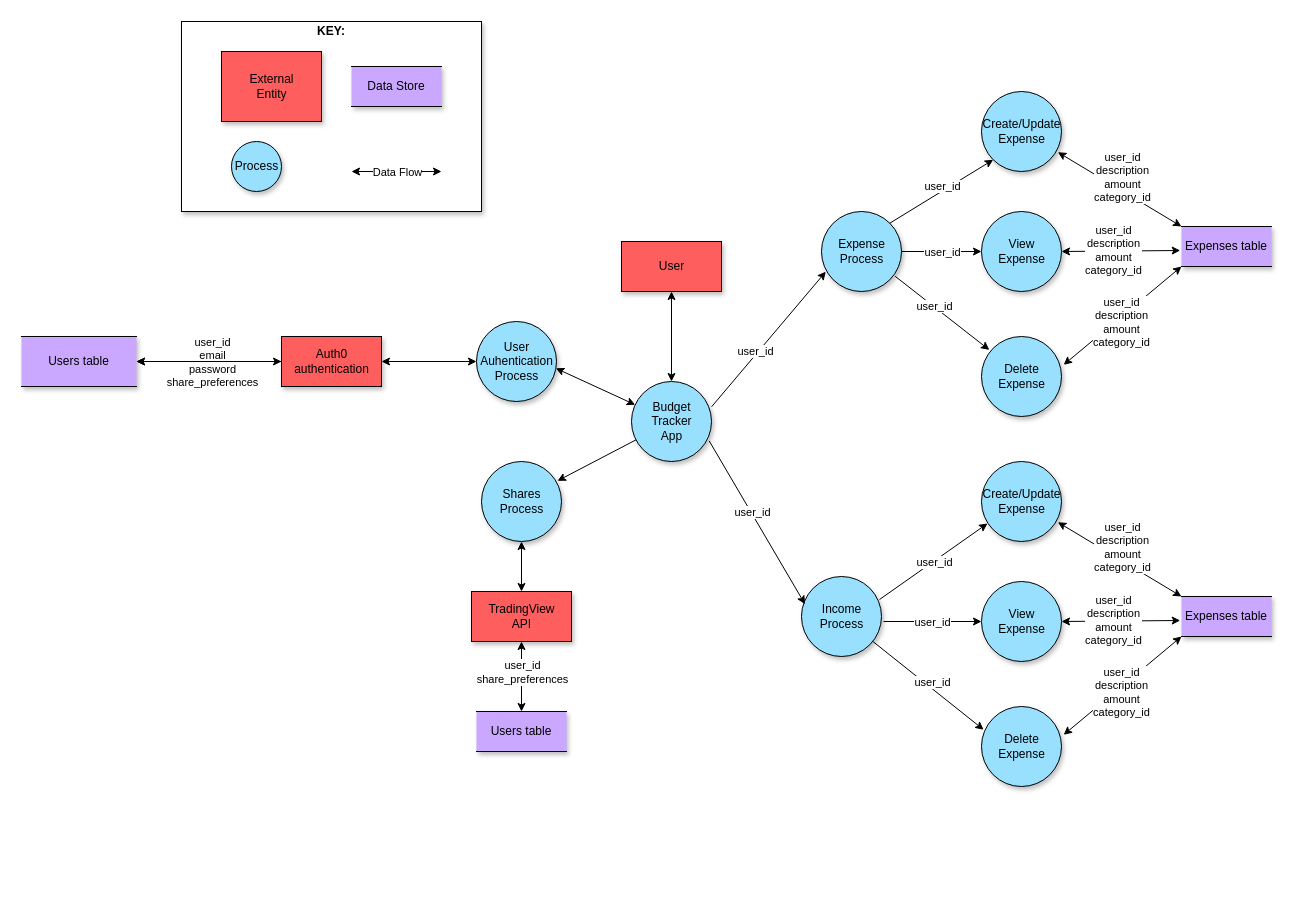
Above: Data Flow Diagram.drawio in derricklai33/T3A2-Budget-Tracker (draw.io), before the change. Source tidied: cells renumbered, new cells numbered last; positions are measured from the earlier drawing's top-left corner, leaving out a move shared by most shapes. Both pictures are drawn from the tidied source at 100%, with x=0, y=0 at pixel (21, 21).
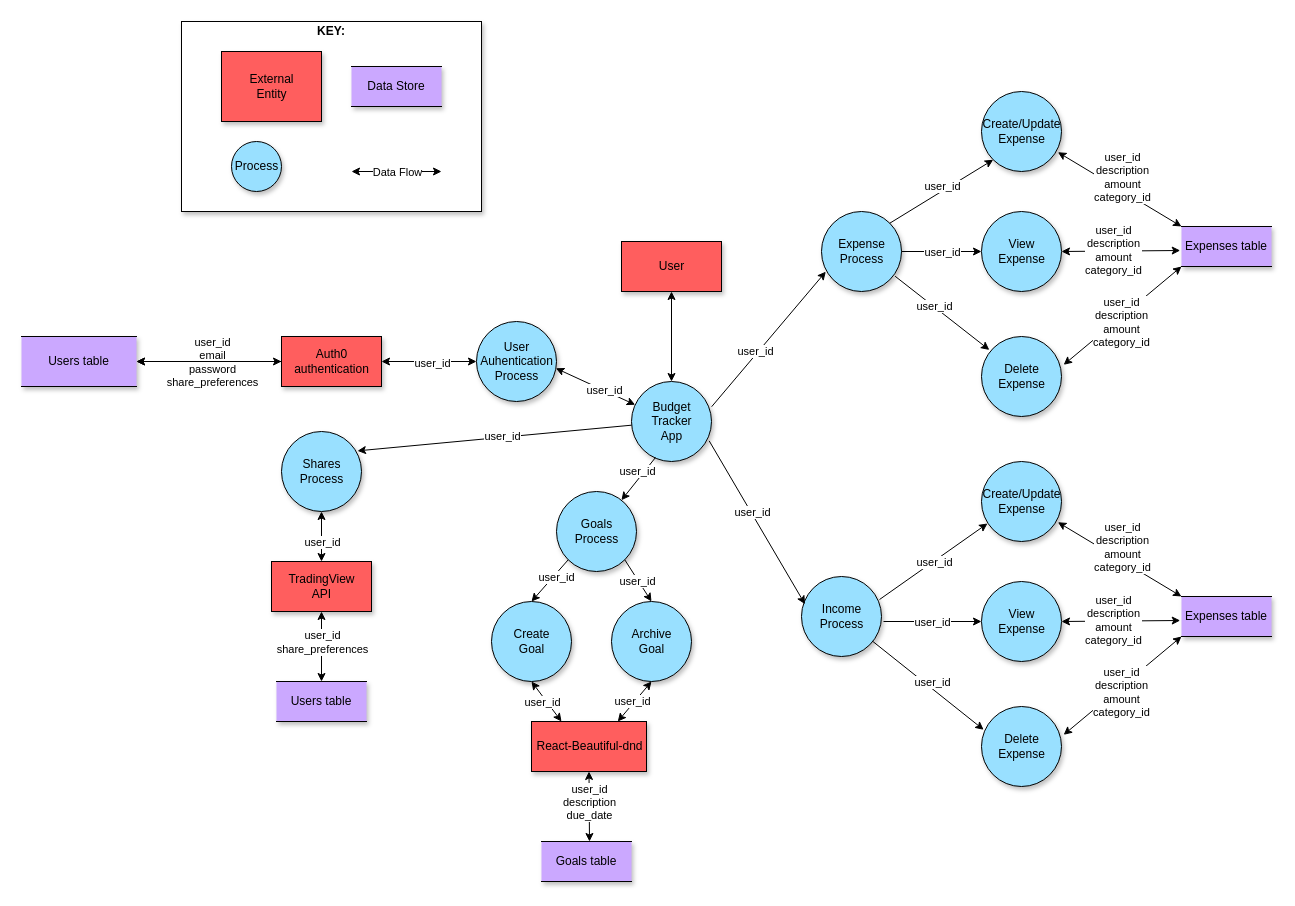
After the change.

Commit message:
Updated Data Flow Diagram to add in the goals process

The change refers to these unchanged cells:
```xml
<mxCell id="8" style="endArrow=classic;startArrow=classic;html=1;entryX=0;entryY=0.5;entryDx=0;entryDy=0;exitX=1;exitY=0.5;exitDx=0;exitDy=0;" parent="1" edge="1" source="12" target="7">
  <mxGeometry relative="1" as="geometry" />
</mxCell>
<mxCell id="16" value="Budget&lt;br&gt;Tracker&lt;br&gt;App" style="shape=ellipse;html=1;dashed=0;whitespace=wrap;perimeter=ellipsePerimeter;fillColor=#99E0FF;shadow=1;" parent="1" vertex="1">
  <mxGeometry x="610" y="360" width="80" height="80" as="geometry" />
</mxCell>
<mxCell id="18" style="endArrow=classic;startArrow=classic;html=1;exitX=0.992;exitY=0.585;exitDx=0;exitDy=0;exitPerimeter=0;" parent="1" edge="1" source="7" target="16">
  <mxGeometry relative="1" as="geometry" />
</mxCell>
<mxCell id="29" style="endArrow=classic;html=1;entryX=0.95;entryY=0.242;entryDx=0;entryDy=0;entryPerimeter=0;" parent="1" edge="1" source="16" target="28">
  <mxGeometry relative="1" as="geometry" />
</mxCell>
<mxCell id="30" style="endArrow=classic;startArrow=classic;html=1;entryX=0.5;entryY=1;entryDx=0;entryDy=0;exitX=0.5;exitY=0;exitDx=0;exitDy=0;" parent="1" edge="1" source="26" target="28">
  <mxGeometry relative="1" as="geometry" />
</mxCell>
```

What changed in the source:
```diff
@@
+    <mxCell id="65" value="user_id" style="edgeLabel;html=1;align=center;verticalAlign=middle;" parent="8" vertex="1">
+      <mxGeometry x="-0.29" y="-1" relative="1" as="geometry">
+        <mxPoint x="16.2" as="offset" />
+      </mxGeometry>
+    </mxCell>
@@
+    <mxCell id="66" value="user_id" style="edgeLabel;html=1;align=center;verticalAlign=middle;" parent="18" vertex="1">
+      <mxGeometry x="0.22" relative="1" as="geometry" />
+    </mxCell>
@@
     <mxCell id="26" value="TradingView&lt;br&gt;API" style="html=1;dashed=0;whitespace=wrap;shadow=1;fillColor=#FF5E5E;" parent="1" vertex="1">
-      <mxGeometry x="450" y="570" width="100" height="50" as="geometry" />
+      <mxGeometry x="250" y="540" width="100" height="50" as="geometry" />
     </mxCell>
     <mxCell id="27" value="Users table" style="shape=partialRectangle;whiteSpace=wrap;html=1;left=0;right=0;fillColor=#CBA8FF;shadow=1;" parent="1" vertex="1">
-      <mxGeometry x="455" y="690" width="90" height="40" as="geometry" />
+      <mxGeometry x="255" y="660" width="90" height="40" as="geometry" />
     </mxCell>
     <mxCell id="28" value="Shares&lt;br&gt;Process" style="shape=ellipse;html=1;dashed=0;whitespace=wrap;perimeter=ellipsePerimeter;fillColor=#99E0FF;shadow=1;" parent="1" vertex="1">
-      <mxGeometry x="460" y="440" width="80" height="80" as="geometry" />
+      <mxGeometry x="260" y="410" width="80" height="80" as="geometry" />
     </mxCell>
@@
+    <mxCell id="67" value="user_id" style="edgeLabel;html=1;align=center;verticalAlign=middle;" parent="29" vertex="1">
+      <mxGeometry x="-0.25" y="1" relative="1" as="geometry">
+        <mxPoint x="-27.3" as="offset" />
+      </mxGeometry>
+    </mxCell>
@@
+    <mxCell id="68" value="user_id" style="edgeLabel;html=1;align=center;verticalAlign=middle;" parent="30" vertex="1">
+      <mxGeometry x="-0.32" y="-1" relative="1" as="geometry">
+        <mxPoint x="-1" y="-2.8" as="offset" />
+      </mxGeometry>
+    </mxCell>
@@
+    <mxCell id="69" value="Goals&lt;br&gt;Process" style="shape=ellipse;html=1;dashed=0;whitespace=wrap;perimeter=ellipsePerimeter;fillColor=#99E0FF;shadow=1;" parent="1" vertex="1">
+      <mxGeometry x="535" y="470" width="80" height="80" as="geometry" />
+    </mxCell>
+    <mxCell id="70" value="Create&lt;br&gt;Goal" style="shape=ellipse;html=1;dashed=0;whitespace=wrap;perimeter=ellipsePerimeter;fillColor=#99E0FF;shadow=1;" parent="1" vertex="1">
+      <mxGeometry x="470" y="580" width="80" height="80" as="geometry" />
+    </mxCell>
+    <mxCell id="71" value="Archive&lt;br&gt;Goal" style="shape=ellipse;html=1;dashed=0;whitespace=wrap;perimeter=ellipsePerimeter;fillColor=#99E0FF;shadow=1;" parent="1" vertex="1">
+      <mxGeometry x="590" y="580" width="80" height="80" as="geometry" />
+    </mxCell>
+    <mxCell id="72" value="React-Beautiful-dnd" style="html=1;dashed=0;whitespace=wrap;shadow=1;fillColor=#FF5E5E;" parent="1" vertex="1">
+      <mxGeometry x="510" y="700" width="115" height="50" as="geometry" />
+    </mxCell>
+    <mxCell id="73" value="Goals&amp;nbsp;table" style="shape=partialRectangle;whiteSpace=wrap;html=1;left=0;right=0;fillColor=#CBA8FF;shadow=1;" parent="1" vertex="1">
+      <mxGeometry x="520" y="820" width="90" height="40" as="geometry" />
+    </mxCell>
+    <mxCell id="74" style="endArrow=classic;startArrow=classic;html=1;entryX=0.5;entryY=1;entryDx=0;entryDy=0;" parent="1" edge="1" target="70">
+      <mxGeometry relative="1" as="geometry">
+        <mxPoint x="540" y="700" as="sourcePoint" />
+      </mxGeometry>
+    </mxCell>
+    <mxCell id="75" value="user_id" style="edgeLabel;html=1;align=center;verticalAlign=middle;" parent="74" vertex="1">
+      <mxGeometry x="0.37" relative="1" as="geometry">
+        <mxPoint x="0.7" y="7.6" as="offset" />
+      </mxGeometry>
+    </mxCell>
+    <mxCell id="76" style="endArrow=classic;startArrow=classic;html=1;entryX=0.5;entryY=1;entryDx=0;entryDy=0;exitX=0.75;exitY=0;exitDx=0;exitDy=0;" parent="1" edge="1" source="72" target="71">
+      <mxGeometry relative="1" as="geometry" />
+    </mxCell>
+    <mxCell id="77" value="user_id" style="edgeLabel;html=1;align=center;verticalAlign=middle;" parent="76" vertex="1">
+      <mxGeometry x="-0.36" relative="1" as="geometry">
+        <mxPoint x="3.1" y="-7.3" as="offset" />
+      </mxGeometry>
+    </mxCell>
+    <mxCell id="78" style="endArrow=classic;html=1;exitX=0;exitY=1;exitDx=0;exitDy=0;entryX=0.5;entryY=0;entryDx=0;entryDy=0;" parent="1" edge="1" source="69" target="70">
+      <mxGeometry relative="1" as="geometry" />
+    </mxCell>
+    <mxCell id="79" value="user_id" style="edgeLabel;html=1;align=center;verticalAlign=middle;" parent="78" vertex="1">
+      <mxGeometry x="-0.67" relative="1" as="geometry">
+        <mxPoint x="-5.8" y="10" as="offset" />
+      </mxGeometry>
+    </mxCell>
+    <mxCell id="80" style="endArrow=classic;html=1;exitX=1;exitY=1;exitDx=0;exitDy=0;entryX=0.5;entryY=0;entryDx=0;entryDy=0;" parent="1" edge="1" source="69" target="71">
+      <mxGeometry relative="1" as="geometry" />
+    </mxCell>
+    <mxCell id="81" value="user_id" style="edgeLabel;html=1;align=center;verticalAlign=middle;" parent="80" vertex="1">
+      <mxGeometry x="-0.55" y="2" relative="1" as="geometry">
+        <mxPoint x="4.1" y="13.5" as="offset" />
+      </mxGeometry>
+    </mxCell>
+    <mxCell id="82" style="endArrow=classic;startArrow=classic;html=1;entryX=0.5;entryY=1;entryDx=0;entryDy=0;" parent="1" edge="1" target="72">
+      <mxGeometry relative="1" as="geometry">
+        <mxPoint x="568" y="820" as="sourcePoint" />
+      </mxGeometry>
+    </mxCell>
+    <mxCell id="83" value="user_id&lt;br&gt;description&lt;br&gt;due_date" style="edgeLabel;html=1;align=center;verticalAlign=middle;" parent="82" vertex="1">
+      <mxGeometry x="0.25" relative="1" as="geometry">
+        <mxPoint x="-0.2" y="4.1" as="offset" />
+      </mxGeometry>
+    </mxCell>
+    <mxCell id="84" style="endArrow=classic;html=1;exitX=0.3;exitY=0.95;exitDx=0;exitDy=0;exitPerimeter=0;" parent="1" edge="1" source="16" target="69">
+      <mxGeometry relative="1" as="geometry" />
+    </mxCell>
+    <mxCell id="85" value="user_id" style="edgeLabel;html=1;align=center;verticalAlign=middle;" parent="84" vertex="1">
+      <mxGeometry x="-0.4" y="3" relative="1" as="geometry">
+        <mxPoint x="-11" y="-0.8" as="offset" />
+      </mxGeometry>
+    </mxCell>
```
